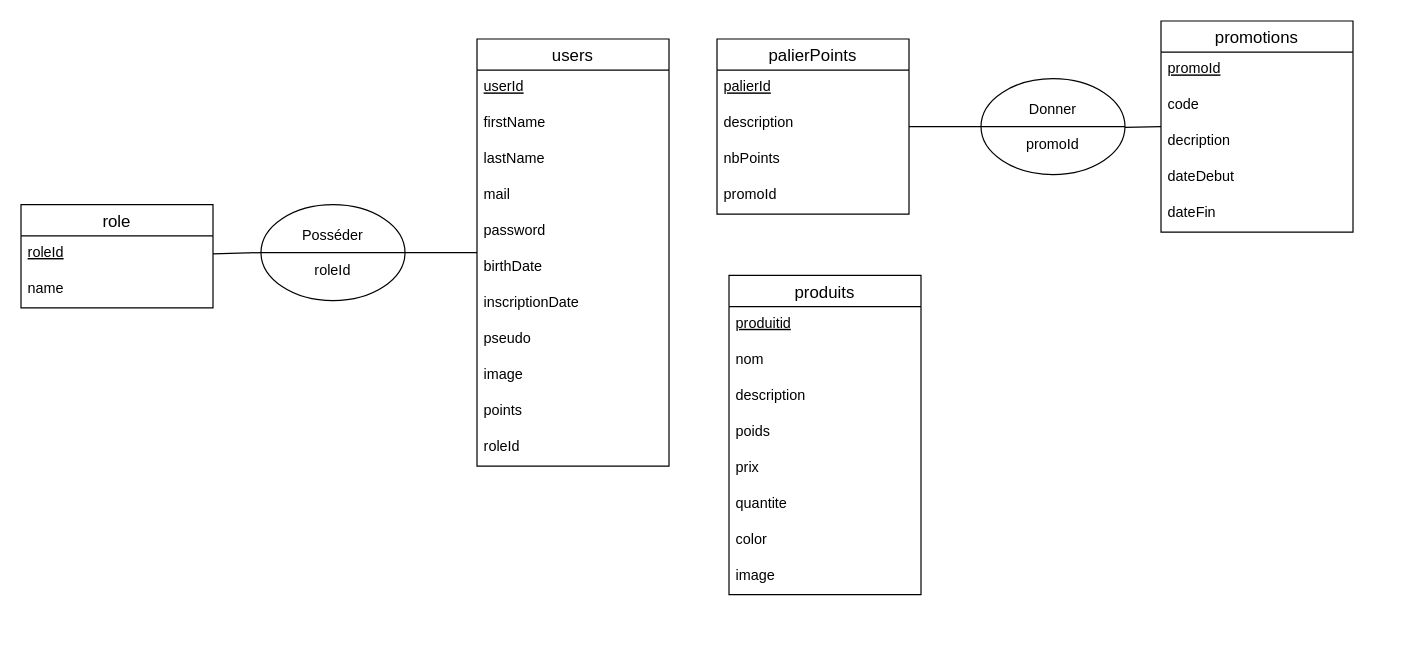
Before: page "MCD 2" (2 of 4) of BDD.drawio in Benji290402/TpPHP-SQL, a draw.io diagram. Source tidied: cells renumbered, new cells numbered last; positions are measured from the earlier drawing's top-left corner, leaving out a move shared by most shapes. Both pictures are drawn from the tidied source at 120%, with x=0, y=0 at pixel (20, 20).
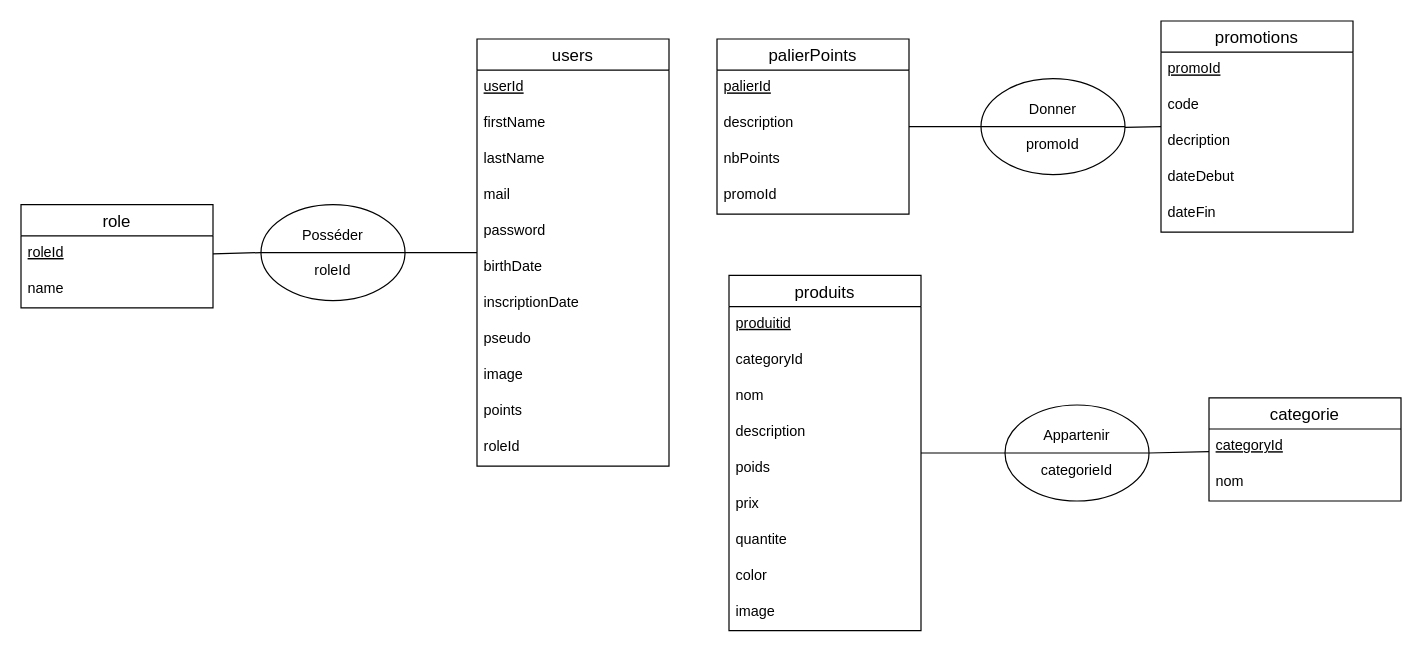
Above is the later version.

Change to the diagram source:
```diff
@@
     <mxCell id="36" value="produits" style="swimlane;fontStyle=0;horizontal=1;startSize=26;align=center;fontSize=14;" parent="1" vertex="1">
-      <mxGeometry x="590" y="212" width="160" height="266" as="geometry" />
+      <mxGeometry x="590" y="212" width="160" height="296" as="geometry" />
     </mxCell>
@@
+    <mxCell id="45" value="categoryId" style="text;strokeColor=none;fillColor=none;spacingLeft=4;spacingRight=4;overflow=hidden;fontSize=12;" parent="36" vertex="1">
+      <mxGeometry y="56" width="160" height="30" as="geometry" />
+    </mxCell>
     <mxCell id="38" value="nom" style="text;strokeColor=none;fillColor=none;spacingLeft=4;spacingRight=4;overflow=hidden;fontSize=12;" parent="36" vertex="1">
-      <mxGeometry y="56" width="160" height="30" as="geometry" />
+      <mxGeometry y="86" width="160" height="30" as="geometry" />
     </mxCell>
     <mxCell id="39" value="description" style="text;strokeColor=none;fillColor=none;spacingLeft=4;spacingRight=4;overflow=hidden;fontSize=12;" parent="36" vertex="1">
-      <mxGeometry y="86" width="160" height="30" as="geometry" />
+      <mxGeometry y="116" width="160" height="30" as="geometry" />
     </mxCell>
     <mxCell id="40" value="poids" style="text;strokeColor=none;fillColor=none;spacingLeft=4;spacingRight=4;overflow=hidden;fontSize=12;" parent="36" vertex="1">
-      <mxGeometry y="116" width="160" height="30" as="geometry" />
+      <mxGeometry y="146" width="160" height="30" as="geometry" />
     </mxCell>
     <mxCell id="41" value="prix" style="text;strokeColor=none;fillColor=none;spacingLeft=4;spacingRight=4;overflow=hidden;fontSize=12;" parent="36" vertex="1">
-      <mxGeometry y="146" width="160" height="30" as="geometry" />
+      <mxGeometry y="176" width="160" height="30" as="geometry" />
     </mxCell>
     <mxCell id="42" value="quantite" style="text;strokeColor=none;fillColor=none;spacingLeft=4;spacingRight=4;overflow=hidden;fontSize=12;" parent="36" vertex="1">
-      <mxGeometry y="176" width="160" height="30" as="geometry" />
+      <mxGeometry y="206" width="160" height="30" as="geometry" />
     </mxCell>
     <mxCell id="43" value="color" style="text;strokeColor=none;fillColor=none;spacingLeft=4;spacingRight=4;overflow=hidden;fontSize=12;" parent="36" vertex="1">
-      <mxGeometry y="206" width="160" height="30" as="geometry" />
+      <mxGeometry y="236" width="160" height="30" as="geometry" />
     </mxCell>
     <mxCell id="44" value="image" style="text;strokeColor=none;fillColor=none;spacingLeft=4;spacingRight=4;overflow=hidden;fontSize=12;" parent="36" vertex="1">
-      <mxGeometry y="236" width="160" height="30" as="geometry" />
+      <mxGeometry y="266" width="160" height="30" as="geometry" />
     </mxCell>
+    <mxCell id="46" value="categorie" style="swimlane;fontStyle=0;horizontal=1;startSize=26;align=center;fontSize=14;" parent="1" vertex="1">
+      <mxGeometry x="990" y="314" width="160" height="86" as="geometry" />
+    </mxCell>
+    <mxCell id="47" value="categoryId" style="text;strokeColor=none;fillColor=none;spacingLeft=4;spacingRight=4;overflow=hidden;fontSize=12;fontStyle=4;" parent="46" vertex="1">
+      <mxGeometry y="26" width="160" height="30" as="geometry" />
+    </mxCell>
+    <mxCell id="48" value="nom" style="text;strokeColor=none;fillColor=none;spacingLeft=4;spacingRight=4;overflow=hidden;fontSize=12;" parent="46" vertex="1">
+      <mxGeometry y="56" width="160" height="30" as="geometry" />
+    </mxCell>
+    <mxCell id="49" style="edgeStyle=none;rounded=0;jettySize=auto;html=1;fontSize=67;fontColor=#FF99CC;endArrow=none;endFill=0;" parent="1" edge="1" source="51" target="36">
+      <mxGeometry relative="1" as="geometry" />
+    </mxCell>
+    <mxCell id="50" style="edgeStyle=none;rounded=0;jettySize=auto;html=1;exitX=1;exitY=0.5;exitDx=0;exitDy=0;fontSize=67;fontColor=#FF99CC;endArrow=none;endFill=0;" parent="1" edge="1" source="51" target="46">
+      <mxGeometry relative="1" as="geometry" />
+    </mxCell>
+    <mxCell id="51" value="&lt;div&gt;Appartenir&lt;/div&gt;&lt;div&gt;&lt;br&gt;&lt;/div&gt;&lt;div&gt;categorieId&lt;br&gt;&lt;/div&gt;" style="ellipse;whiteSpace=wrap;html=1;" parent="1" vertex="1">
+      <mxGeometry x="820" y="320" width="120" height="80" as="geometry" />
+    </mxCell>
+    <mxCell id="52" style="edgeStyle=none;rounded=0;orthogonalLoop=1;jettySize=auto;html=1;exitX=0;exitY=0.5;exitDx=0;exitDy=0;entryX=1;entryY=0.5;entryDx=0;entryDy=0;fontSize=67;fontColor=#FF99CC;endArrow=none;endFill=0;" parent="1" edge="1" source="51" target="51">
+      <mxGeometry relative="1" as="geometry" />
+    </mxCell>
```
